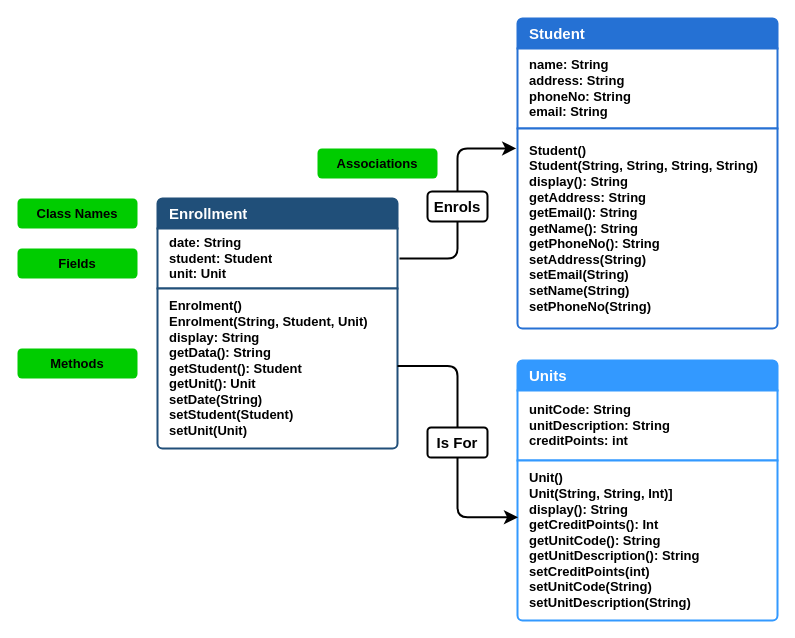
Earlier version of the draw.io diagram Java Programming/Assesment Rolling Project/doc/ClassDiagram.drawio (ByteToBits/CompScience). Source tidied: cells renumbered, new cells numbered last; positions are measured from the earlier drawing's top-left corner, leaving out a move shared by most shapes. Both pictures are drawn from the tidied source at 100%, with x=0, y=0 at pixel (17, 18).
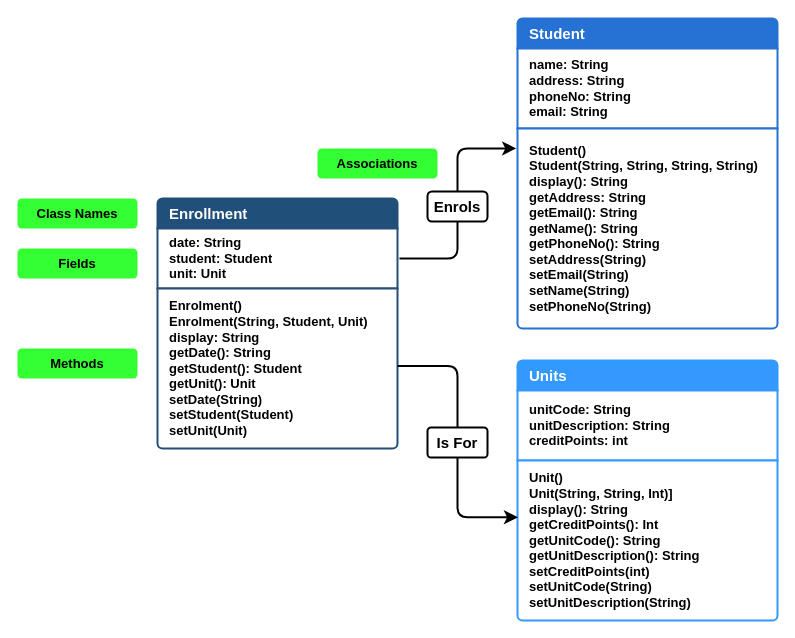
The same page after the edit.

Unchanged cells that the change refers to:
```xml
<mxCell id="2" style="group;fillColor=none;" parent="1" vertex="1">
  <mxGeometry x="140" width="620" height="602" as="geometry" />
</mxCell>
<mxCell id="3" style="swimlane;fontStyle=1;horizontal=1;startSize=0;whiteSpace=wrap;html=1;strokeColor=none;fillColor=none;strokeWidth=2;labelPadding=0;labelBorderColor=none;fontSize=13;shadow=0;perimeterSpacing=0;swimlaneLine=0;" parent="2" vertex="1">
  <mxGeometry y="180" width="240" height="250" as="geometry" />
</mxCell>
```

Diff of the diagram source:
```diff
@@
-    <mxCell id="6" value="Enrolment()&lt;div style=&quot;font-size: 13px;&quot;&gt;Enrolment(String, Student, Unit)&lt;/div&gt;&lt;div style=&quot;font-size: 13px;&quot;&gt;display: String&lt;/div&gt;&lt;div style=&quot;font-size: 13px;&quot;&gt;getData(): String&lt;/div&gt;&lt;div style=&quot;font-size: 13px;&quot;&gt;getStudent(): Student&lt;/div&gt;&lt;div style=&quot;font-size: 13px;&quot;&gt;getUnit(): Unit&lt;/div&gt;&lt;div style=&quot;font-size: 13px;&quot;&gt;setDate(String)&lt;/div&gt;&lt;div style=&quot;font-size: 13px;&quot;&gt;setStudent(Student)&lt;/div&gt;&lt;div style=&quot;font-size: 13px;&quot;&gt;setUnit(Unit)&lt;/div&gt;" style="text;strokeColor=#214f79;fillColor=#FFFFFF;align=left;verticalAlign=middle;spacingLeft=10;spacingRight=10;overflow=hidden;whiteSpace=wrap;html=1;shape=mxgraph.bootstrap.bottomButton;rSize=5;fontColor=#000000;strokeWidth=2;labelPadding=0;labelBorderColor=none;fontSize=13;fontStyle=1;shadow=0;perimeterSpacing=0;swimlaneLine=0;" parent="3" vertex="1">
+    <mxCell id="6" value="Enrolment()&lt;div style=&quot;font-size: 13px;&quot;&gt;Enrolment(String, Student, Unit)&lt;/div&gt;&lt;div style=&quot;font-size: 13px;&quot;&gt;display: String&lt;/div&gt;&lt;div style=&quot;font-size: 13px;&quot;&gt;getDate(): String&lt;/div&gt;&lt;div style=&quot;font-size: 13px;&quot;&gt;getStudent(): Student&lt;/div&gt;&lt;div style=&quot;font-size: 13px;&quot;&gt;getUnit(): Unit&lt;/div&gt;&lt;div style=&quot;font-size: 13px;&quot;&gt;setDate(String)&lt;/div&gt;&lt;div style=&quot;font-size: 13px;&quot;&gt;setStudent(Student)&lt;/div&gt;&lt;div style=&quot;font-size: 13px;&quot;&gt;setUnit(Unit)&lt;/div&gt;" style="text;strokeColor=#214f79;fillColor=#FFFFFF;align=left;verticalAlign=middle;spacingLeft=10;spacingRight=10;overflow=hidden;whiteSpace=wrap;html=1;shape=mxgraph.bootstrap.bottomButton;rSize=5;fontColor=#000000;strokeWidth=2;labelPadding=0;labelBorderColor=none;fontSize=13;fontStyle=1;shadow=0;perimeterSpacing=0;swimlaneLine=0;" parent="3" vertex="1">
       <mxGeometry y="90" width="240" height="160" as="geometry" />
     </mxCell>
@@
-    <mxCell id="19" value="Associations" style="rounded=1;whiteSpace=wrap;html=1;fillColor=#00CC00;fontColor=#000000;strokeColor=none;fontStyle=1;fontSize=13;" parent="2" vertex="1">
+    <mxCell id="19" value="Associations" style="rounded=1;whiteSpace=wrap;html=1;fillColor=#33FF33;fontColor=#000000;strokeColor=none;fontStyle=1;fontSize=13;" parent="2" vertex="1">
       <mxGeometry x="160" y="130" width="120" height="30" as="geometry" />
     </mxCell>
-    <mxCell id="20" value="Class Names" style="rounded=1;whiteSpace=wrap;html=1;fillColor=#00CC00;fontColor=#000000;strokeColor=none;fontStyle=1;fontSize=13;" parent="1" vertex="1">
+    <mxCell id="20" value="Class Names" style="rounded=1;whiteSpace=wrap;html=1;fillColor=#33FF33;fontColor=#000000;strokeColor=none;fontStyle=1;fontSize=13;" parent="1" vertex="1">
       <mxGeometry y="180" width="120" height="30" as="geometry" />
     </mxCell>
-    <mxCell id="21" value="Fields" style="rounded=1;whiteSpace=wrap;html=1;fillColor=#00CC00;fontColor=#000000;strokeColor=none;fontStyle=1;fontSize=13;" parent="1" vertex="1">
+    <mxCell id="21" value="Fields" style="rounded=1;whiteSpace=wrap;html=1;fillColor=#33FF33;fontColor=#000000;strokeColor=none;fontStyle=1;fontSize=13;" parent="1" vertex="1">
       <mxGeometry y="230" width="120" height="30" as="geometry" />
     </mxCell>
-    <mxCell id="22" value="Methods" style="rounded=1;whiteSpace=wrap;html=1;fillColor=#00CC00;fontColor=#000000;strokeColor=none;fontStyle=1;fontSize=13;" parent="1" vertex="1">
+    <mxCell id="22" value="Methods" style="rounded=1;whiteSpace=wrap;html=1;fillColor=#33FF33;fontColor=#000000;strokeColor=none;fontStyle=1;fontSize=13;" parent="1" vertex="1">
       <mxGeometry y="330" width="120" height="30" as="geometry" />
     </mxCell>
```
